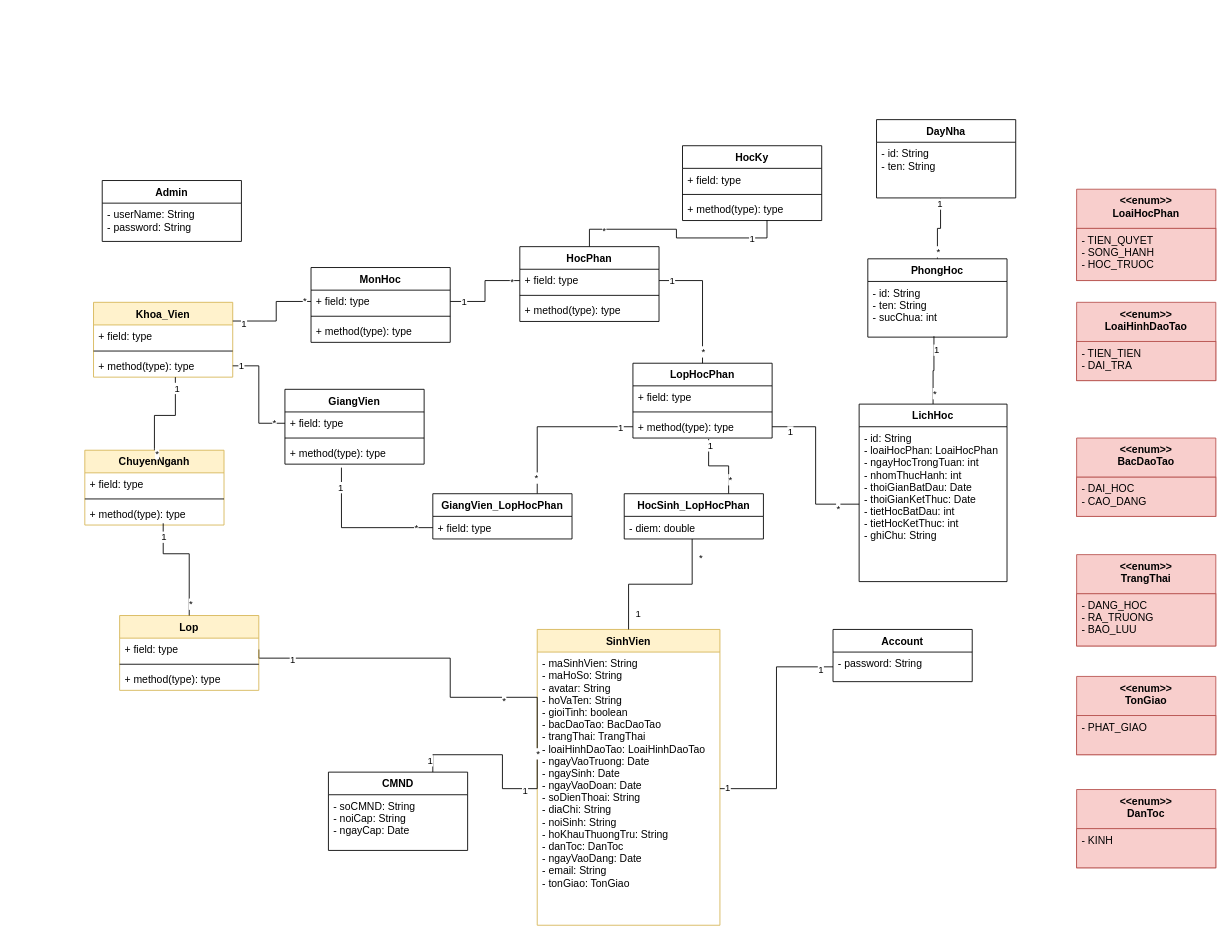
The draw.io diagram CMN_Class.drawio in duchoan6814/Truong-Duc-Hoan, before the edit. Source tidied: cells renumbered, new cells numbered last; positions are measured from the earlier drawing's top-left corner, leaving out a move shared by most shapes. Both pictures are drawn from the tidied source at 87%, with x=0, y=0 at pixel (84, 119).
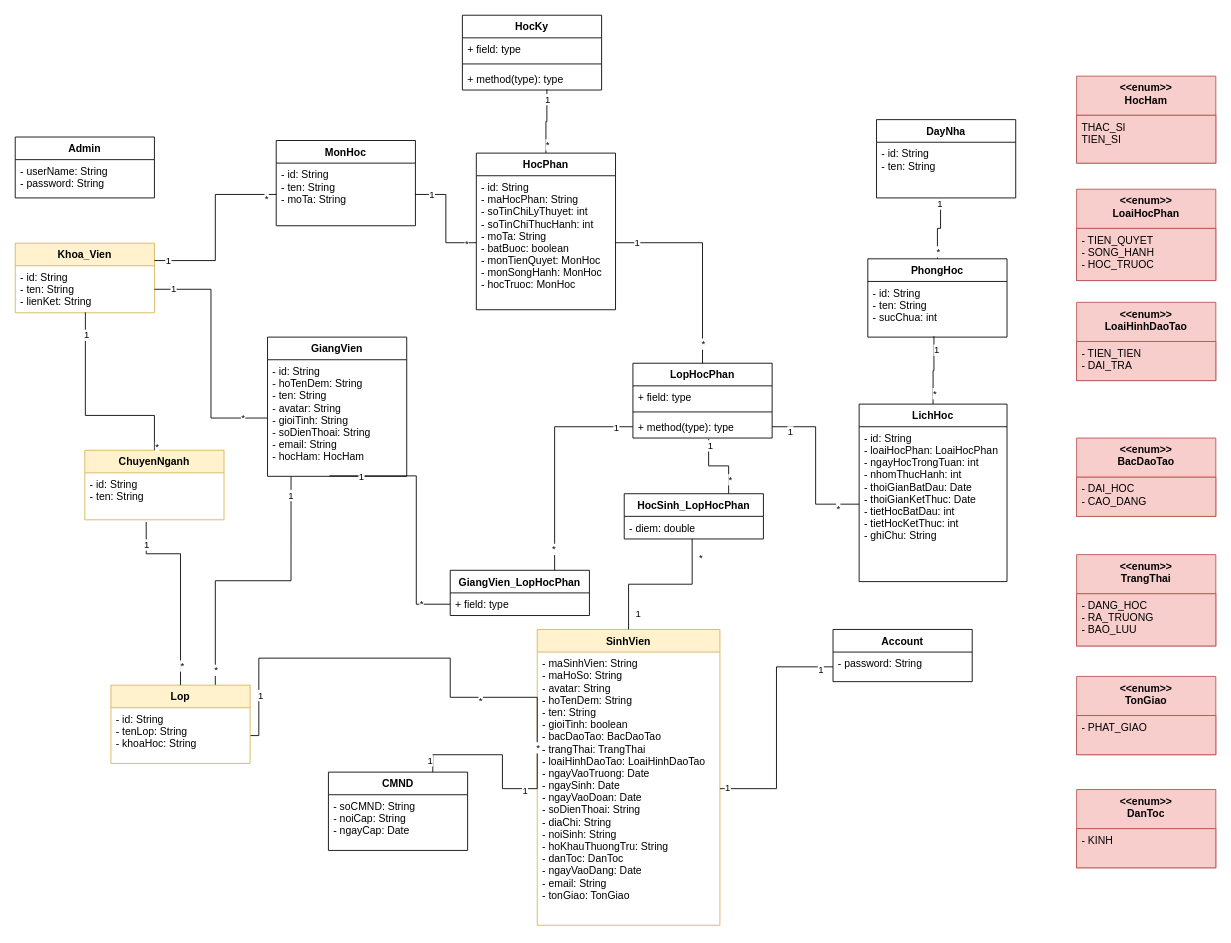
The same page after the edit.

The change refers to these unchanged cells:
```xml
<mxCell id="2" value="SinhVien" style="swimlane;fontStyle=1;align=center;verticalAlign=top;horizontal=1;startSize=26;fillColor=#fff2cc;strokeColor=#d6b656;" parent="1" vertex="1">
  <mxGeometry x="520" y="586" width="210" height="340" as="geometry" />
</mxCell>
<mxCell id="76" value="+ field: type" style="text;strokeColor=none;fillColor=none;align=left;verticalAlign=top;spacingLeft=4;spacingRight=4;overflow=hidden;points=[[0,0.5],[1,0.5]];portConstraint=eastwest;" parent="75" vertex="1">
  <mxGeometry y="26" width="160" height="26" as="geometry" />
</mxCell>
```

Change to the diagram source:
```diff
@@
-    <mxCell id="3" value="- maSinhVien: String&#10;- maHoSo: String&#10;- avatar: String&#10;- hoVaTen: String&#10;- gioiTinh: boolean&#10;- bacDaoTao: BacDaoTao&#10;- trangThai: TrangThai&#10;- loaiHinhDaoTao: LoaiHinhDaoTao&#10;- ngayVaoTruong: Date&#10;- ngaySinh: Date&#10;- ngayVaoDoan: Date&#10;- soDienThoai: String&#10;- diaChi: String&#10;- noiSinh: String&#10;- hoKhauThuongTru: String&#10;- danToc: DanToc&#10;- ngayVaoDang: Date&#10;- email: String&#10;- tonGiao: TonGiao" style="text;strokeColor=none;fillColor=none;align=left;verticalAlign=top;spacingLeft=4;spacingRight=4;overflow=hidden;points=[[0,0.5],[1,0.5]];portConstraint=eastwest;" parent="2" vertex="1">
+    <mxCell id="3" value="- maSinhVien: String&#10;- maHoSo: String&#10;- avatar: String&#10;- hoTenDem: String&#10;- ten: String&#10;- gioiTinh: boolean&#10;- bacDaoTao: BacDaoTao&#10;- trangThai: TrangThai&#10;- loaiHinhDaoTao: LoaiHinhDaoTao&#10;- ngayVaoTruong: Date&#10;- ngaySinh: Date&#10;- ngayVaoDoan: Date&#10;- soDienThoai: String&#10;- diaChi: String&#10;- noiSinh: String&#10;- hoKhauThuongTru: String&#10;- danToc: DanToc&#10;- ngayVaoDang: Date&#10;- email: String&#10;- tonGiao: TonGiao" style="text;strokeColor=none;fillColor=none;align=left;verticalAlign=top;spacingLeft=4;spacingRight=4;overflow=hidden;points=[[0,0.5],[1,0.5]];portConstraint=eastwest;" parent="2" vertex="1">
       <mxGeometry y="26" width="210" height="314" as="geometry" />
     </mxCell>
     <mxCell id="4" value="Khoa_Vien" style="swimlane;fontStyle=1;align=center;verticalAlign=top;horizontal=1;startSize=26;fillColor=#fff2cc;strokeColor=#d6b656;" parent="1" vertex="1">
-      <mxGeometry x="10" y="210" width="160" height="86" as="geometry" />
+      <mxGeometry x="-80" y="142" width="160" height="80" as="geometry" />
     </mxCell>
-    <mxCell id="5" value="+ field: type" style="text;strokeColor=none;fillColor=none;align=left;verticalAlign=top;spacingLeft=4;spacingRight=4;overflow=hidden;points=[[0,0.5],[1,0.5]];portConstraint=eastwest;" parent="4" vertex="1">
-      <mxGeometry y="26" width="160" height="26" as="geometry" />
+    <mxCell id="5" value="- id: String&#10;- ten: String&#10;- lienKet: String" style="text;strokeColor=none;fillColor=none;align=left;verticalAlign=top;spacingLeft=4;spacingRight=4;overflow=hidden;points=[[0,0.5],[1,0.5]];portConstraint=eastwest;" parent="4" vertex="1">
+      <mxGeometry y="26" width="160" height="54" as="geometry" />
     </mxCell>
-    <mxCell id="6" style="line;strokeWidth=1;fillColor=none;align=left;verticalAlign=middle;spacingTop=-1;spacingLeft=3;spacingRight=3;labelPosition=right;" parent="4" vertex="1">
-      <mxGeometry y="52" width="160" height="8" as="geometry" />
-    </mxCell>
-    <mxCell id="7" value="+ method(type): type" style="text;strokeColor=none;fillColor=none;align=left;verticalAlign=top;spacingLeft=4;spacingRight=4;overflow=hidden;points=[[0,0.5],[1,0.5]];portConstraint=eastwest;" parent="4" vertex="1">
-      <mxGeometry y="60" width="160" height="26" as="geometry" />
-    </mxCell>
     <mxCell id="8" value="ChuyenNganh" style="swimlane;fontStyle=1;align=center;verticalAlign=top;horizontal=1;startSize=26;fillColor=#fff2cc;strokeColor=#d6b656;" parent="1" vertex="1">
-      <mxGeometry y="380" width="160" height="86" as="geometry" />
+      <mxGeometry y="380" width="160" height="80" as="geometry" />
     </mxCell>
-    <mxCell id="9" value="+ field: type" style="text;strokeColor=none;fillColor=none;align=left;verticalAlign=top;spacingLeft=4;spacingRight=4;overflow=hidden;points=[[0,0.5],[1,0.5]];portConstraint=eastwest;" parent="8" vertex="1">
-      <mxGeometry y="26" width="160" height="26" as="geometry" />
+    <mxCell id="9" value="- id: String&#10;- ten: String" style="text;strokeColor=none;fillColor=none;align=left;verticalAlign=top;spacingLeft=4;spacingRight=4;overflow=hidden;points=[[0,0.5],[1,0.5]];portConstraint=eastwest;" parent="8" vertex="1">
+      <mxGeometry y="26" width="160" height="54" as="geometry" />
     </mxCell>
-    <mxCell id="10" style="line;strokeWidth=1;fillColor=none;align=left;verticalAlign=middle;spacingTop=-1;spacingLeft=3;spacingRight=3;labelPosition=right;" parent="8" vertex="1">
-      <mxGeometry y="52" width="160" height="8" as="geometry" />
-    </mxCell>
-    <mxCell id="11" value="+ method(type): type" style="text;strokeColor=none;fillColor=none;align=left;verticalAlign=top;spacingLeft=4;spacingRight=4;overflow=hidden;points=[[0,0.5],[1,0.5]];portConstraint=eastwest;" parent="8" vertex="1">
-      <mxGeometry y="60" width="160" height="26" as="geometry" />
-    </mxCell>
@@
-    <mxCell id="16" style="edgeStyle=orthogonalEdgeStyle;rounded=0;jettySize=auto;html=1;exitX=0.5;exitY=0;exitDx=0;exitDy=0;entryX=0.588;entryY=1;entryDx=0;entryDy=0;endArrow=none;endFill=0;entryPerimeter=0;" parent="1" edge="1" source="8" target="7">
+    <mxCell id="16" style="edgeStyle=orthogonalEdgeStyle;rounded=0;jettySize=auto;html=1;exitX=0.5;exitY=0;exitDx=0;exitDy=0;endArrow=none;endFill=0;entryX=0.504;entryY=0.991;entryDx=0;entryDy=0;entryPerimeter=0;" parent="1" edge="1" source="8" target="5">
       <mxGeometry relative="1" as="geometry">
         <Array as="points">
           <mxPoint x="80" y="340" />
-          <mxPoint x="104" y="340" />
+          <mxPoint x="1" y="340" />
         </Array>
       </mxGeometry>
     </mxCell>
@@
+    <mxCell id="116" style="edgeStyle=orthogonalEdgeStyle;rounded=0;jettySize=auto;html=1;exitX=0.75;exitY=0;exitDx=0;exitDy=0;entryX=0.169;entryY=1.004;entryDx=0;entryDy=0;entryPerimeter=0;endArrow=none;endFill=0;" parent="1" edge="1" source="26" target="53">
+      <mxGeometry relative="1" as="geometry" />
+    </mxCell>
+    <mxCell id="117" value="1" style="edgeLabel;html=1;align=center;verticalAlign=middle;" parent="116" vertex="1">
+      <mxGeometry x="0.87" y="1" relative="1" as="geometry" />
+    </mxCell>
+    <mxCell id="118" value="*" style="edgeLabel;html=1;align=center;verticalAlign=middle;" parent="116" vertex="1">
+      <mxGeometry x="-0.89" relative="1" as="geometry" />
+    </mxCell>
     <mxCell id="26" value="Lop" style="swimlane;fontStyle=1;align=center;verticalAlign=top;horizontal=1;startSize=26;fillColor=#fff2cc;strokeColor=#d6b656;" parent="1" vertex="1">
-      <mxGeometry x="40" y="570" width="160" height="86" as="geometry" />
+      <mxGeometry x="30" y="650" width="160" height="90" as="geometry" />
     </mxCell>
-    <mxCell id="27" value="+ field: type" style="text;strokeColor=none;fillColor=none;align=left;verticalAlign=top;spacingLeft=4;spacingRight=4;overflow=hidden;points=[[0,0.5],[1,0.5]];portConstraint=eastwest;" parent="26" vertex="1">
-      <mxGeometry y="26" width="160" height="26" as="geometry" />
+    <mxCell id="27" value="- id: String&#10;- tenLop: String&#10;- khoaHoc: String" style="text;strokeColor=none;fillColor=none;align=left;verticalAlign=top;spacingLeft=4;spacingRight=4;overflow=hidden;points=[[0,0.5],[1,0.5]];portConstraint=eastwest;" parent="26" vertex="1">
+      <mxGeometry y="26" width="160" height="64" as="geometry" />
     </mxCell>
-    <mxCell id="28" style="line;strokeWidth=1;fillColor=none;align=left;verticalAlign=middle;spacingTop=-1;spacingLeft=3;spacingRight=3;labelPosition=right;" parent="26" vertex="1">
-      <mxGeometry y="52" width="160" height="8" as="geometry" />
-    </mxCell>
-    <mxCell id="29" value="+ method(type): type" style="text;strokeColor=none;fillColor=none;align=left;verticalAlign=top;spacingLeft=4;spacingRight=4;overflow=hidden;" parent="26" vertex="1">
-      <mxGeometry y="60" width="160" height="26" as="geometry" />
-    </mxCell>
-    <mxCell id="30" style="edgeStyle=orthogonalEdgeStyle;rounded=0;jettySize=auto;html=1;exitX=0.5;exitY=0;exitDx=0;exitDy=0;entryX=0.563;entryY=0.923;entryDx=0;entryDy=0;endArrow=none;endFill=0;entryPerimeter=0;" parent="1" edge="1" source="26" target="11">
+    <mxCell id="30" style="edgeStyle=orthogonalEdgeStyle;rounded=0;jettySize=auto;html=1;exitX=0.5;exitY=0;exitDx=0;exitDy=0;entryX=0.441;entryY=1.046;entryDx=0;entryDy=0;endArrow=none;endFill=0;entryPerimeter=0;" parent="1" edge="1" source="26" target="9">
       <mxGeometry relative="1" as="geometry">
         <Array as="points">
-          <mxPoint x="120" y="499" />
-          <mxPoint x="90" y="499" />
+          <mxPoint x="110" y="499" />
+          <mxPoint x="71" y="499" />
         </Array>
       </mxGeometry>
     </mxCell>
@@
     <mxCell id="38" value="MonHoc" style="swimlane;fontStyle=1;align=center;verticalAlign=top;horizontal=1;startSize=26;" parent="1" vertex="1">
-      <mxGeometry x="260" y="170" width="160" height="86" as="geometry" />
+      <mxGeometry x="220" y="24" width="160" height="98" as="geometry" />
     </mxCell>
-    <mxCell id="39" value="+ field: type" style="text;strokeColor=none;fillColor=none;align=left;verticalAlign=top;spacingLeft=4;spacingRight=4;overflow=hidden;points=[[0,0.5],[1,0.5]];portConstraint=eastwest;" parent="38" vertex="1">
-      <mxGeometry y="26" width="160" height="26" as="geometry" />
+    <mxCell id="39" value="- id: String&#10;- ten: String&#10;- moTa: String" style="text;strokeColor=none;fillColor=none;align=left;verticalAlign=top;spacingLeft=4;spacingRight=4;overflow=hidden;points=[[0,0.5],[1,0.5]];portConstraint=eastwest;" parent="38" vertex="1">
+      <mxGeometry y="26" width="160" height="72" as="geometry" />
     </mxCell>
-    <mxCell id="40" style="line;strokeWidth=1;fillColor=none;align=left;verticalAlign=middle;spacingTop=-1;spacingLeft=3;spacingRight=3;labelPosition=right;" parent="38" vertex="1">
-      <mxGeometry y="52" width="160" height="8" as="geometry" />
-    </mxCell>
-    <mxCell id="41" value="+ method(type): type" style="text;strokeColor=none;fillColor=none;align=left;verticalAlign=top;spacingLeft=4;spacingRight=4;overflow=hidden;" parent="38" vertex="1">
-      <mxGeometry y="60" width="160" height="26" as="geometry" />
-    </mxCell>
-    <mxCell id="42" style="edgeStyle=orthogonalEdgeStyle;rounded=0;jettySize=auto;html=1;exitX=0;exitY=0.5;exitDx=0;exitDy=0;entryX=1;entryY=0.25;entryDx=0;entryDy=0;endArrow=none;endFill=0;" parent="1" edge="1" source="39" target="4">
-      <mxGeometry relative="1" as="geometry">
-        <Array as="points">
-          <mxPoint x="220" y="209" />
-          <mxPoint x="220" y="232" />
-        </Array>
-      </mxGeometry>
-    </mxCell>
-    <mxCell id="43" value="1" style="edgeLabel;html=1;align=center;verticalAlign=middle;" parent="42" vertex="1">
-      <mxGeometry x="0.77" y="3" relative="1" as="geometry" />
-    </mxCell>
-    <mxCell id="44" value="*" style="edgeLabel;html=1;align=center;verticalAlign=middle;" parent="42" vertex="1">
-      <mxGeometry x="-0.86" y="-2" relative="1" as="geometry" />
-    </mxCell>
     <mxCell id="45" value="HocKy" style="swimlane;fontStyle=1;align=center;verticalAlign=top;horizontal=1;startSize=26;" parent="1" vertex="1">
-      <mxGeometry x="687" y="30" width="160" height="86" as="geometry" />
+      <mxGeometry x="434" y="-120" width="160" height="86" as="geometry" />
     </mxCell>
@@
     <mxCell id="52" value="GiangVien" style="swimlane;fontStyle=1;align=center;verticalAlign=top;horizontal=1;startSize=26;" parent="1" vertex="1">
-      <mxGeometry x="230" y="310" width="160" height="86" as="geometry" />
+      <mxGeometry x="210" y="250" width="160" height="160" as="geometry" />
     </mxCell>
-    <mxCell id="53" value="+ field: type" style="text;strokeColor=none;fillColor=none;align=left;verticalAlign=top;spacingLeft=4;spacingRight=4;overflow=hidden;points=[[0,0.5],[1,0.5]];portConstraint=eastwest;" parent="52" vertex="1">
-      <mxGeometry y="26" width="160" height="26" as="geometry" />
+    <mxCell id="53" value="- id: String&#10;- hoTenDem: String&#10;- ten: String&#10;- avatar: String&#10;- gioiTinh: String&#10;- soDienThoai: String&#10;- email: String&#10;- hocHam: HocHam" style="text;strokeColor=none;fillColor=none;align=left;verticalAlign=top;spacingLeft=4;spacingRight=4;overflow=hidden;points=[[0,0.5],[1,0.5]];portConstraint=eastwest;" parent="52" vertex="1">
+      <mxGeometry y="26" width="160" height="134" as="geometry" />
     </mxCell>
-    <mxCell id="54" style="line;strokeWidth=1;fillColor=none;align=left;verticalAlign=middle;spacingTop=-1;spacingLeft=3;spacingRight=3;labelPosition=right;" parent="52" vertex="1">
-      <mxGeometry y="52" width="160" height="8" as="geometry" />
-    </mxCell>
-    <mxCell id="55" value="+ method(type): type" style="text;strokeColor=none;fillColor=none;align=left;verticalAlign=top;spacingLeft=4;spacingRight=4;overflow=hidden;points=[[0,0.5],[1,0.5]];portConstraint=eastwest;" parent="52" vertex="1">
-      <mxGeometry y="60" width="160" height="26" as="geometry" />
-    </mxCell>
-    <mxCell id="56" style="edgeStyle=orthogonalEdgeStyle;rounded=0;jettySize=auto;html=1;exitX=0;exitY=0.5;exitDx=0;exitDy=0;entryX=1;entryY=0.5;entryDx=0;entryDy=0;endArrow=none;endFill=0;" parent="1" edge="1" source="53" target="7">
+    <mxCell id="56" style="edgeStyle=orthogonalEdgeStyle;rounded=0;jettySize=auto;html=1;exitX=0;exitY=0.5;exitDx=0;exitDy=0;entryX=1;entryY=0.5;entryDx=0;entryDy=0;endArrow=none;endFill=0;" parent="1" edge="1" source="53" target="5">
       <mxGeometry relative="1" as="geometry" />
     </mxCell>
@@
     <mxCell id="75" value="GiangVien_LopHocPhan" style="swimlane;fontStyle=1;align=center;verticalAlign=top;horizontal=1;startSize=26;" parent="1" vertex="1">
-      <mxGeometry x="400" y="430" width="160" height="52" as="geometry" />
+      <mxGeometry x="420" y="518" width="160" height="52" as="geometry" />
     </mxCell>
@@
-    <mxCell id="77" style="edgeStyle=orthogonalEdgeStyle;rounded=0;jettySize=auto;html=1;exitX=0.406;exitY=1.154;exitDx=0;exitDy=0;entryX=0;entryY=0.5;entryDx=0;entryDy=0;endArrow=none;endFill=0;exitPerimeter=0;" parent="1" edge="1" source="55" target="76">
+    <mxCell id="77" style="edgeStyle=orthogonalEdgeStyle;rounded=0;jettySize=auto;html=1;exitX=0.445;exitY=0.996;exitDx=0;exitDy=0;entryX=0;entryY=0.5;entryDx=0;entryDy=0;endArrow=none;endFill=0;exitPerimeter=0;" parent="1" edge="1" source="53" target="76">
       <mxGeometry relative="1" as="geometry">
         <Array as="points">
-          <mxPoint x="295" y="469" />
+          <mxPoint x="381" y="557" />
         </Array>
       </mxGeometry>
     </mxCell>
@@
     <mxCell id="80" value="Admin" style="swimlane;fontStyle=1;align=center;verticalAlign=top;horizontal=1;startSize=26;" parent="1" vertex="1">
-      <mxGeometry x="20" y="70" width="160" height="70" as="geometry" />
+      <mxGeometry x="-80" y="20" width="160" height="70" as="geometry" />
     </mxCell>
@@
     <mxCell id="97" value="HocPhan" style="swimlane;fontStyle=1;align=center;verticalAlign=top;horizontal=1;startSize=26;" parent="1" vertex="1">
-      <mxGeometry x="500" y="146" width="160" height="86" as="geometry" />
+      <mxGeometry x="450" y="38.5" width="160" height="180" as="geometry" />
     </mxCell>
-    <mxCell id="98" value="+ field: type" style="text;strokeColor=none;fillColor=none;align=left;verticalAlign=top;spacingLeft=4;spacingRight=4;overflow=hidden;points=[[0,0.5],[1,0.5]];portConstraint=eastwest;" parent="97" vertex="1">
-      <mxGeometry y="26" width="160" height="26" as="geometry" />
+    <mxCell id="98" value="- id: String&#10;- maHocPhan: String&#10;- soTinChiLyThuyet: int&#10;- soTinChiThucHanh: int&#10;- moTa: String&#10;- batBuoc: boolean&#10;- monTienQuyet: MonHoc&#10;- monSongHanh: MonHoc&#10;- hocTruoc: MonHoc" style="text;strokeColor=none;fillColor=none;align=left;verticalAlign=top;spacingLeft=4;spacingRight=4;overflow=hidden;points=[[0,0.5],[1,0.5]];portConstraint=eastwest;" parent="97" vertex="1">
+      <mxGeometry y="26" width="160" height="154" as="geometry" />
     </mxCell>
-    <mxCell id="99" style="line;strokeWidth=1;fillColor=none;align=left;verticalAlign=middle;spacingTop=-1;spacingLeft=3;spacingRight=3;labelPosition=right;" parent="97" vertex="1">
-      <mxGeometry y="52" width="160" height="8" as="geometry" />
-    </mxCell>
-    <mxCell id="100" value="+ method(type): type" style="text;strokeColor=none;fillColor=none;align=left;verticalAlign=top;spacingLeft=4;spacingRight=4;overflow=hidden;" parent="97" vertex="1">
-      <mxGeometry y="60" width="160" height="26" as="geometry" />
-    </mxCell>
@@
+    <mxCell id="119" value="&lt;&lt;enum&gt;&gt;&#10;HocHam" style="swimlane;fontStyle=1;align=center;verticalAlign=top;horizontal=1;startSize=45;fillColor=#f8cecc;strokeColor=#b85450;" parent="1" vertex="1">
+      <mxGeometry x="1140" y="-50" width="160" height="100" as="geometry" />
+    </mxCell>
+    <mxCell id="120" value="THAC_SI&#10;TIEN_SI&#10;" style="text;strokeColor=#b85450;fillColor=#f8cecc;align=left;verticalAlign=top;spacingLeft=4;spacingRight=4;overflow=hidden;" parent="119" vertex="1">
+      <mxGeometry y="45" width="160" height="55" as="geometry" />
+    </mxCell>
+    <mxCell id="42" style="edgeStyle=orthogonalEdgeStyle;rounded=0;jettySize=auto;html=1;exitX=0;exitY=0.5;exitDx=0;exitDy=0;entryX=1;entryY=0.25;entryDx=0;entryDy=0;endArrow=none;endFill=0;" parent="1" edge="1" source="39" target="4">
+      <mxGeometry relative="1" as="geometry" />
+    </mxCell>
+    <mxCell id="121" value="1" style="edgeLabel;html=1;align=center;verticalAlign=middle;" parent="42" vertex="1">
+      <mxGeometry x="0.86" y="-1" relative="1" as="geometry" />
+    </mxCell>
+    <mxCell id="122" value="*" style="edgeLabel;html=1;align=center;verticalAlign=middle;" parent="42" vertex="1">
+      <mxGeometry x="-0.89" y="4" relative="1" as="geometry" />
+    </mxCell>
```
